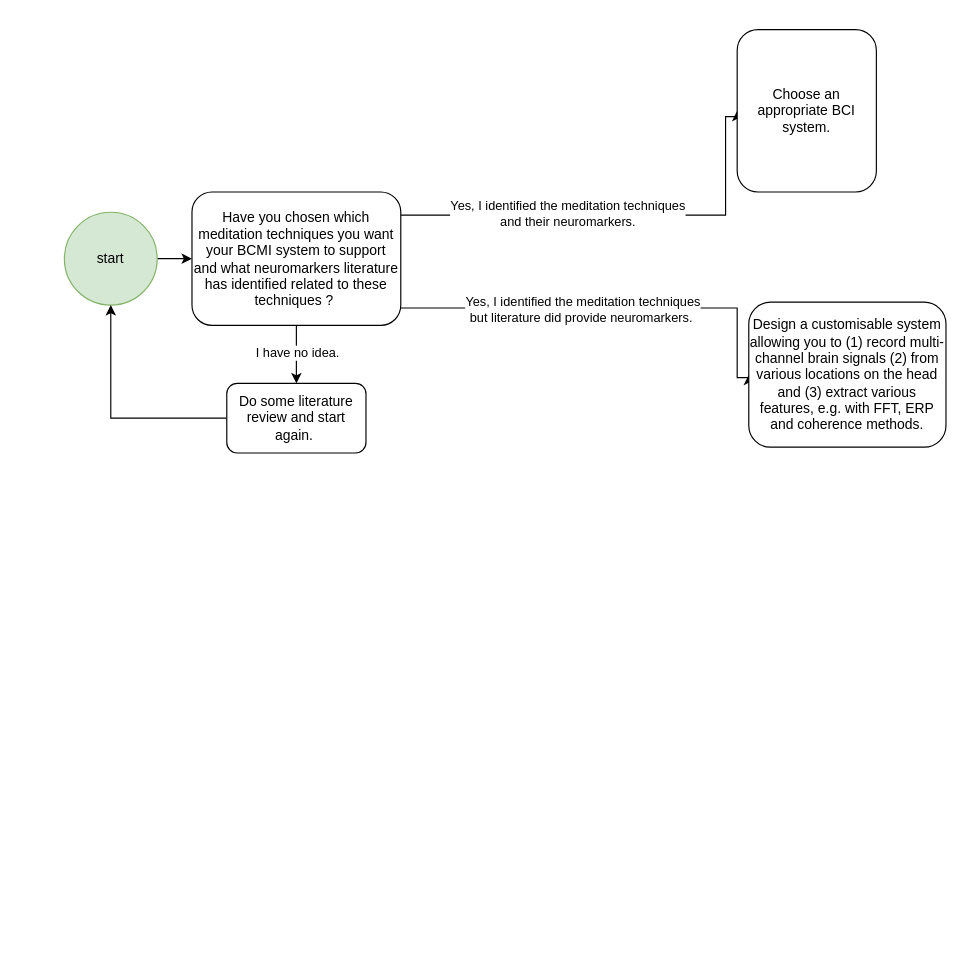
The draw.io diagram bcmi-design-recommendations-flowchart.drawio in khofstadter/bcmi-flowchart, before the edit. Source tidied: cells renumbered, new cells numbered last; positions are measured from the earlier drawing's top-left corner, leaving out a move shared by most shapes. Both pictures are drawn from the tidied source at 116%, with x=0, y=0 at pixel (64, 29).
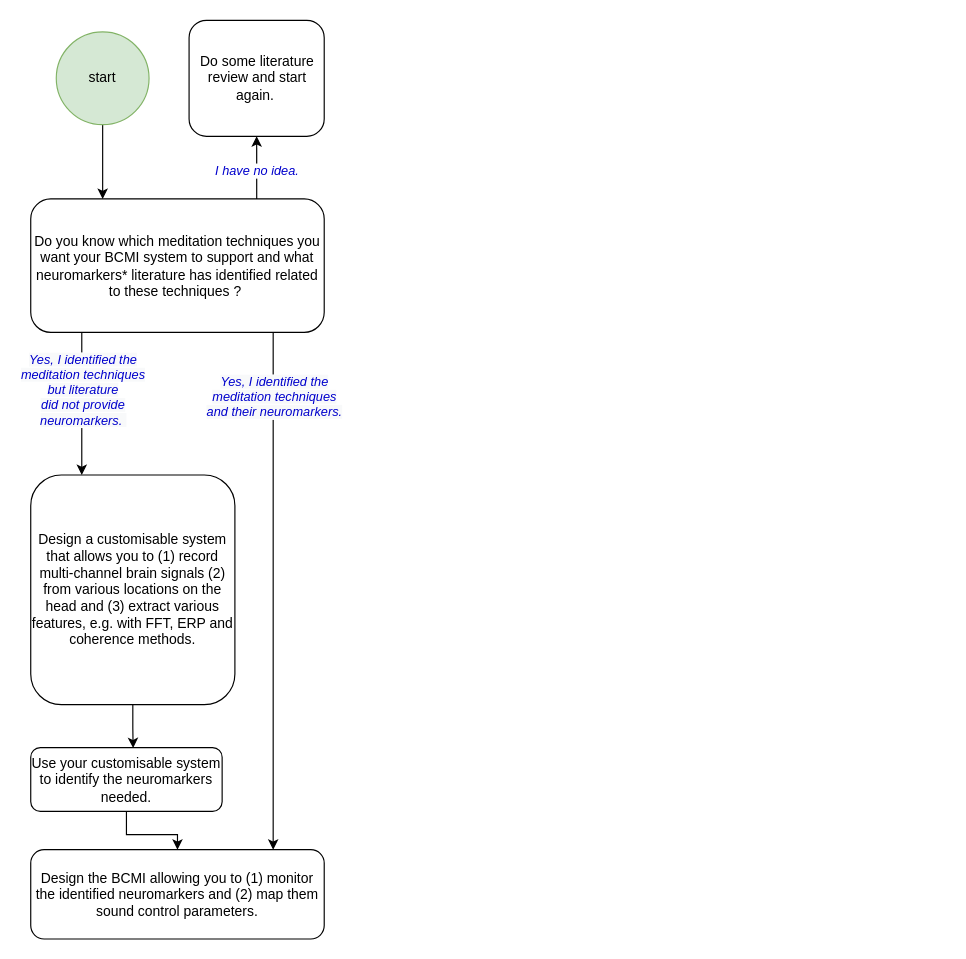
Above is the later version.

What changed in the source:
```diff
@@
-    <mxCell id="2" style="edgeStyle=orthogonalEdgeStyle;rounded=0;jettySize=auto;html=1;" parent="1" edge="1" source="3" target="10">
-      <mxGeometry relative="1" as="geometry" />
+    <mxCell id="2" style="edgeStyle=orthogonalEdgeStyle;rounded=0;jettySize=auto;html=1;fontColor=#0000CC;" parent="1" edge="1" source="3" target="10">
+      <mxGeometry relative="1" as="geometry">
+        <Array as="points">
+          <mxPoint x="33" y="124" />
+          <mxPoint x="33" y="124" />
+        </Array>
+      </mxGeometry>
     </mxCell>
     <mxCell id="3" value="start" style="ellipse;whiteSpace=wrap;html=1;fillColor=#d5e8d4;strokeColor=#82b366;" parent="1" vertex="1">
-      <mxGeometry y="157.5" width="80" height="80" as="geometry" />
+      <mxGeometry x="-7" y="2" width="80" height="80" as="geometry" />
     </mxCell>
-    <mxCell id="4" style="edgeStyle=orthogonalEdgeStyle;rounded=0;jettySize=auto;html=1;" parent="1" edge="1" source="10" target="12">
-      <mxGeometry relative="1" as="geometry" />
-    </mxCell>
+    <mxCell id="15" style="edgeStyle=orthogonalEdgeStyle;rounded=0;jettySize=auto;html=1;entryX=0.5;entryY=1;entryDx=0;entryDy=0;fontColor=#0000CC;startArrow=none;" parent="1" edge="1" target="12">
+      <mxGeometry relative="1" as="geometry">
+        <mxPoint x="165.8" y="102" as="sourcePoint" />
+        <Array as="points">
+          <mxPoint x="166" y="146" />
+          <mxPoint x="166" y="146" />
+        </Array>
+      </mxGeometry>
+    </mxCell>
-    <mxCell id="5" value="I have no idea." style="edgeLabel;html=1;align=center;verticalAlign=middle;" parent="4" vertex="1">
-      <mxGeometry x="-0.07" y="-4" relative="1" as="geometry">
-        <mxPoint x="4" as="offset" />
-      </mxGeometry>
+    <mxCell id="5" value="&lt;span style=&quot;font-style: italic;&quot;&gt;I have no idea.&lt;/span&gt;" style="edgeLabel;html=1;align=center;verticalAlign=middle;fontColor=#0000CC;" parent="15" vertex="1">
+      <mxGeometry x="0.4" relative="1" as="geometry" />
     </mxCell>
-    <mxCell id="6" style="edgeStyle=orthogonalEdgeStyle;rounded=0;jettySize=auto;html=1;entryX=0;entryY=0.5;entryDx=0;entryDy=0;strokeColor=default;" parent="1" edge="1" source="10" target="13">
+    <mxCell id="6" style="edgeStyle=orthogonalEdgeStyle;rounded=0;jettySize=auto;html=1;fontColor=#0000CC;" parent="1" edge="1" source="10" target="13">
       <mxGeometry relative="1" as="geometry">
         <Array as="points">
-          <mxPoint x="580" y="240" />
-          <mxPoint x="580" y="300" />
+          <mxPoint x="15" y="355" />
+          <mxPoint x="15" y="355" />
         </Array>
       </mxGeometry>
     </mxCell>
-    <mxCell id="7" value="Yes, I identified the meditation techniques &lt;br&gt;but literature did provide neuromarkers.&amp;nbsp;" style="edgeLabel;html=1;align=center;verticalAlign=middle;" parent="6" vertex="1">
-      <mxGeometry x="-0.14" y="-1" relative="1" as="geometry" />
-    </mxCell>
+    <mxCell id="16" value="&lt;i style=&quot;background-color: rgb(248, 249, 250); color: rgb(0, 0, 0);&quot;&gt;&lt;font color=&quot;#0000cc&quot;&gt;Yes, I identified the &lt;br&gt;meditation techniques&lt;br&gt;but literature &lt;br&gt;did not provide &lt;br&gt;neuromarkers.&amp;nbsp;&lt;/font&gt;&lt;/i&gt;" style="edgeLabel;html=1;align=center;verticalAlign=middle;fontColor=#0000CC;" parent="6" vertex="1">
+      <mxGeometry x="-0.31" relative="1" as="geometry">
+        <mxPoint y="7" as="offset" />
+      </mxGeometry>
+    </mxCell>
-    <mxCell id="8" style="edgeStyle=orthogonalEdgeStyle;rounded=0;jettySize=auto;html=1;entryX=0;entryY=0.5;entryDx=0;entryDy=0;strokeColor=default;" parent="1" edge="1" source="10" target="14">
+    <mxCell id="8" style="edgeStyle=orthogonalEdgeStyle;rounded=0;jettySize=auto;html=1;fontColor=#0000CC;" parent="1" edge="1" source="10" target="14">
       <mxGeometry relative="1" as="geometry">
         <Array as="points">
-          <mxPoint x="570" y="160" />
-          <mxPoint x="570" y="75" />
-          <mxPoint x="580" y="75" />
+          <mxPoint x="180" y="311" />
+          <mxPoint x="180" y="311" />
         </Array>
       </mxGeometry>
     </mxCell>
-    <mxCell id="9" value="Yes, I identified the meditation techniques &lt;br&gt;and their neuromarkers." style="edgeLabel;html=1;align=center;verticalAlign=middle;" parent="8" vertex="1">
-      <mxGeometry x="-0.25" y="2" relative="1" as="geometry" />
+    <mxCell id="9" value="&lt;span style=&quot;background-color: rgb(248, 249, 250); font-style: italic;&quot;&gt;Yes, I identified the &lt;br&gt;meditation techniques&lt;/span&gt;&lt;br style=&quot;background-color: rgb(248, 249, 250); font-style: italic;&quot;&gt;&lt;span style=&quot;background-color: rgb(248, 249, 250); font-style: italic;&quot;&gt;and their neuromarkers.&lt;/span&gt;" style="edgeLabel;html=1;align=center;verticalAlign=middle;fontColor=#0000CC;" parent="8" vertex="1">
+      <mxGeometry x="-0.75" y="3" relative="1" as="geometry">
+        <mxPoint x="-3" y="-1" as="offset" />
+      </mxGeometry>
     </mxCell>
-    <mxCell id="10" value="Have you chosen which meditation techniques you want your BCMI system to support and what neuromarkers literature has identified related to these techniques ?&amp;nbsp;" style="whiteSpace=wrap;html=1;rounded=1;glass=0;shadow=0;sketch=0;" parent="1" vertex="1">
-      <mxGeometry x="110" y="140" width="180" height="115" as="geometry" />
+    <mxCell id="10" value="Do you know which meditation techniques you want your BCMI system to support and what neuromarkers* literature has identified related to these techniques ?&amp;nbsp;" style="whiteSpace=wrap;html=1;rounded=1;glass=0;shadow=0;sketch=0;strokeWidth=1;perimeterSpacing=0;" parent="1" vertex="1">
+      <mxGeometry x="-29" y="146" width="253" height="115" as="geometry" />
     </mxCell>
-    <mxCell id="11" style="edgeStyle=orthogonalEdgeStyle;rounded=0;jettySize=auto;html=1;exitX=0;exitY=0.5;exitDx=0;exitDy=0;entryX=0.5;entryY=1;entryDx=0;entryDy=0;" parent="1" edge="1" source="12" target="3">
-      <mxGeometry relative="1" as="geometry" />
-    </mxCell>
     <mxCell id="12" value="Do some literature review and start again.&amp;nbsp;" style="rounded=1;whiteSpace=wrap;html=1;shadow=0;glass=0;sketch=0;" parent="1" vertex="1">
-      <mxGeometry x="140" y="305" width="120" height="60" as="geometry" />
+      <mxGeometry x="107.5" y="-8" width="116.5" height="100" as="geometry" />
     </mxCell>
+    <mxCell id="17" style="edgeStyle=orthogonalEdgeStyle;rounded=0;jettySize=auto;html=1;entryX=0.535;entryY=0.007;entryDx=0;entryDy=0;entryPerimeter=0;fontColor=#0000CC;" parent="1" edge="1" source="13" target="19">
+      <mxGeometry relative="1" as="geometry" />
+    </mxCell>
-    <mxCell id="13" value="Design a customisable system allowing you to (1) record multi-channel brain signals (2) from various locations on the head and (3) extract various features, e.g. with FFT, ERP and coherence methods." style="rounded=1;whiteSpace=wrap;html=1;shadow=0;glass=0;sketch=0;" parent="1" vertex="1">
-      <mxGeometry x="590" y="235" width="170" height="125" as="geometry" />
+    <mxCell id="13" value="Design a customisable system that allows you to (1) record multi-channel brain signals (2) from various locations on the head and (3) extract various features, e.g. with FFT, ERP and coherence methods." style="rounded=1;whiteSpace=wrap;html=1;shadow=0;glass=0;sketch=0;" parent="1" vertex="1">
+      <mxGeometry x="-29" y="384" width="176" height="198" as="geometry" />
     </mxCell>
-    <mxCell id="14" value="Choose an appropriate BCI system." style="rounded=1;whiteSpace=wrap;html=1;shadow=0;glass=0;sketch=0;" parent="1" vertex="1">
-      <mxGeometry x="580" width="120" height="140" as="geometry" />
+    <mxCell id="14" value="Design the BCMI allowing you to (1) monitor the identified neuromarkers and (2) map them sound control parameters." style="rounded=1;whiteSpace=wrap;html=1;shadow=0;glass=0;sketch=0;" parent="1" vertex="1">
+      <mxGeometry x="-29" y="707" width="253" height="77" as="geometry" />
     </mxCell>
+    <mxCell id="18" style="edgeStyle=orthogonalEdgeStyle;rounded=0;jettySize=auto;html=1;fontColor=#0000CC;" parent="1" edge="1" source="19" target="14">
+      <mxGeometry relative="1" as="geometry" />
+    </mxCell>
+    <mxCell id="19" value="Use your customisable system to identify the neuromarkers needed." style="whiteSpace=wrap;html=1;strokeWidth=1;rounded=1;" parent="1" vertex="1">
+      <mxGeometry x="-29" y="619" width="165" height="55" as="geometry" />
+    </mxCell>
+    <mxCell id="20" style="edgeStyle=orthogonalEdgeStyle;rounded=0;orthogonalLoop=1;jettySize=auto;html=1;fontColor=#0000CC;" parent="1" edge="1">
+      <mxGeometry relative="1" as="geometry">
+        <mxPoint x="213" y="102" as="sourcePoint" />
+        <mxPoint x="213" y="102" as="targetPoint" />
+      </mxGeometry>
+    </mxCell>
```
